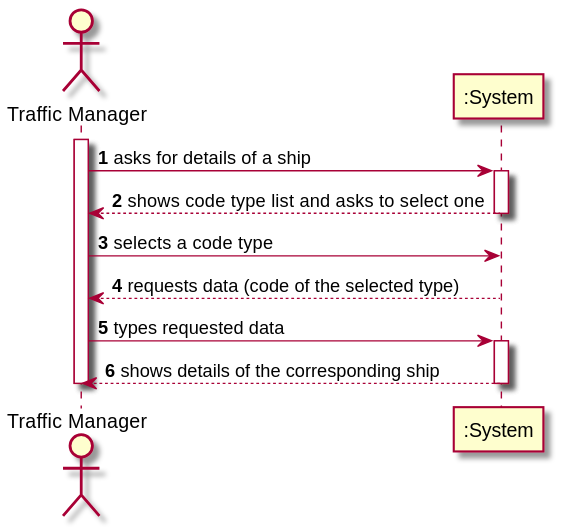
Earlier version of the PlantUML export docs/Sprint 1/US/US102/US102_SSD.svg (1190772/LAB-Project-3). Source of this version:
```plantuml
@startuml

autonumber

actor "Traffic Manager" as TM

activate TM
TM -> ":System" : asks for details of a ship

activate ":System"
":System" --> TM : shows code type list and asks to select one
deactivate ":System"
TM -> ":System" : selects a code type

":System" --> TM : requests data (code of the selected type)
deactivate ":System"

TM -> ":System" : types requested data

activate ":System"
":System" --> TM : shows details of the corresponding ship
deactivate ":System"

deactivate TM

@enduml
```
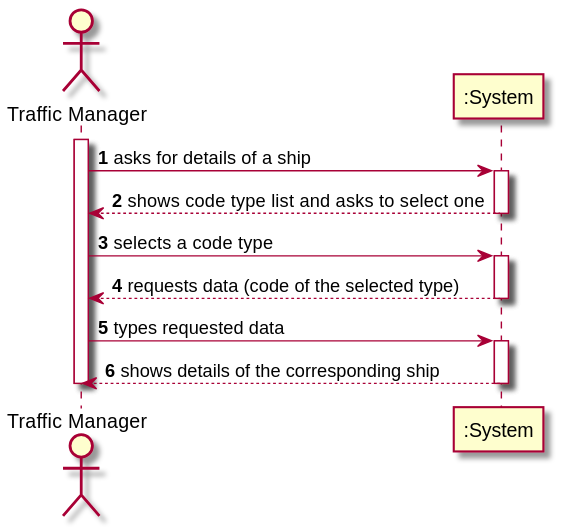
After the commit.

What changed in the source:
```diff
@@ -11,6 +11,7 @@
 ":System" --> TM : shows code type list and asks to select one
 deactivate ":System"
 TM -> ":System" : selects a code type
+activate ":System"
 
 ":System" --> TM : requests data (code of the selected type)
 deactivate ":System"
```
